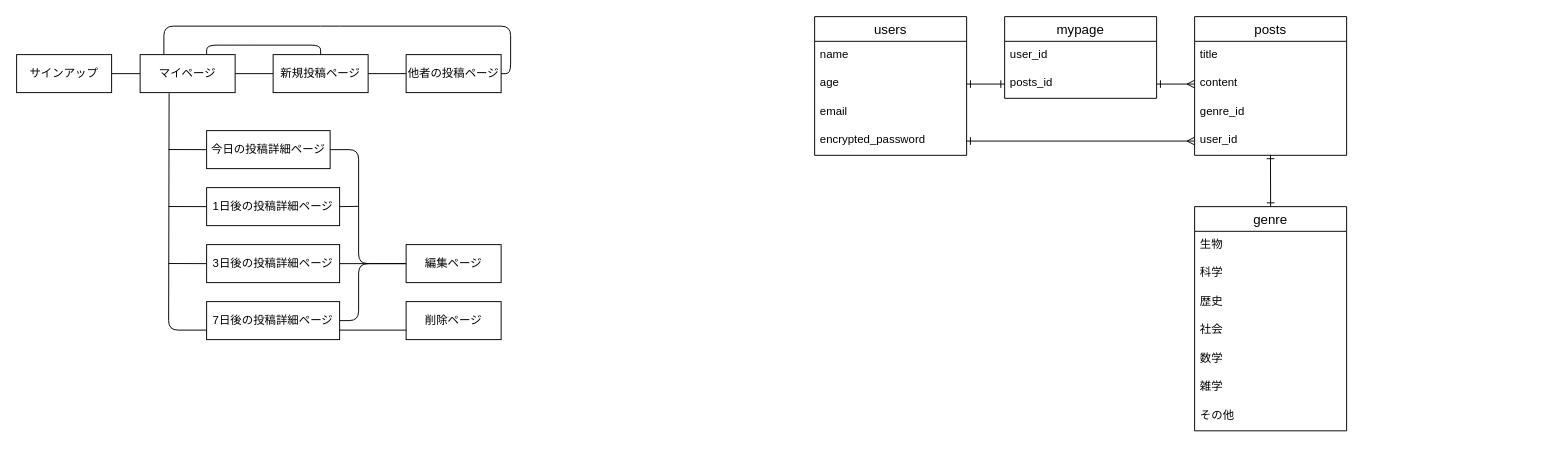
Earlier version of the draw.io diagram me-more.dio (atk1825/me-more). Source tidied: cells renumbered, new cells numbered last; positions are measured from the earlier drawing's top-left corner, leaving out a move shared by most shapes. Both pictures are drawn from the tidied source at 95%, with x=0, y=0 at pixel (16, 16).
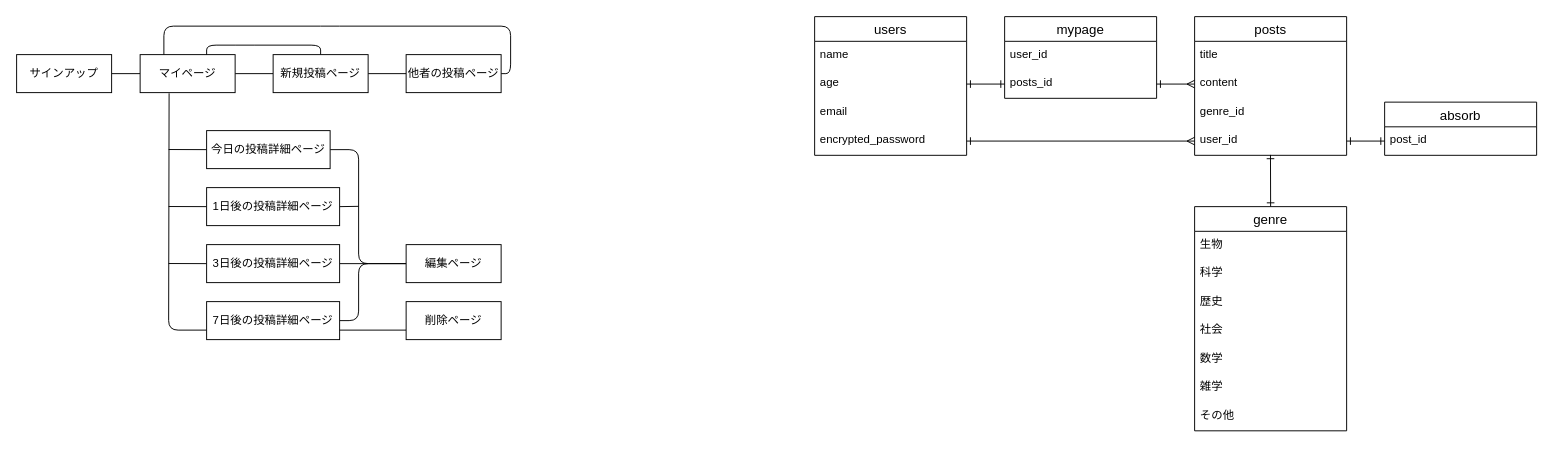
The same page after the edit.

Unchanged cells that the change refers to:
```xml
<mxCell id="11" value="user_id&#10;" style="text;strokeColor=none;fillColor=none;spacingLeft=4;spacingRight=4;overflow=hidden;points=[[0,0.5],[1,0.5]];portConstraint=eastwest;fontSize=12;" parent="7" vertex="1">
  <mxGeometry y="116" width="160" height="30" as="geometry" />
</mxCell>
```

Diff of the diagram source:
```diff
@@
+    <mxCell id="51" value="absorb" style="swimlane;fontStyle=0;horizontal=1;startSize=26;align=center;fontSize=14;" parent="1" vertex="1">
+      <mxGeometry x="1440" y="90" width="160" height="56" as="geometry" />
+    </mxCell>
+    <mxCell id="52" value="post_id" style="text;strokeColor=none;fillColor=none;spacingLeft=4;spacingRight=4;overflow=hidden;points=[[0,0.5],[1,0.5]];portConstraint=eastwest;fontSize=12;" parent="51" vertex="1">
+      <mxGeometry y="26" width="160" height="30" as="geometry" />
+    </mxCell>
+    <mxCell id="53" style="edgeStyle=none;html=1;exitX=1;exitY=0.5;exitDx=0;exitDy=0;startArrow=ERone;startFill=0;endArrow=ERone;endFill=0;" parent="1" edge="1" source="11" target="52">
+      <mxGeometry relative="1" as="geometry" />
+    </mxCell>
```
